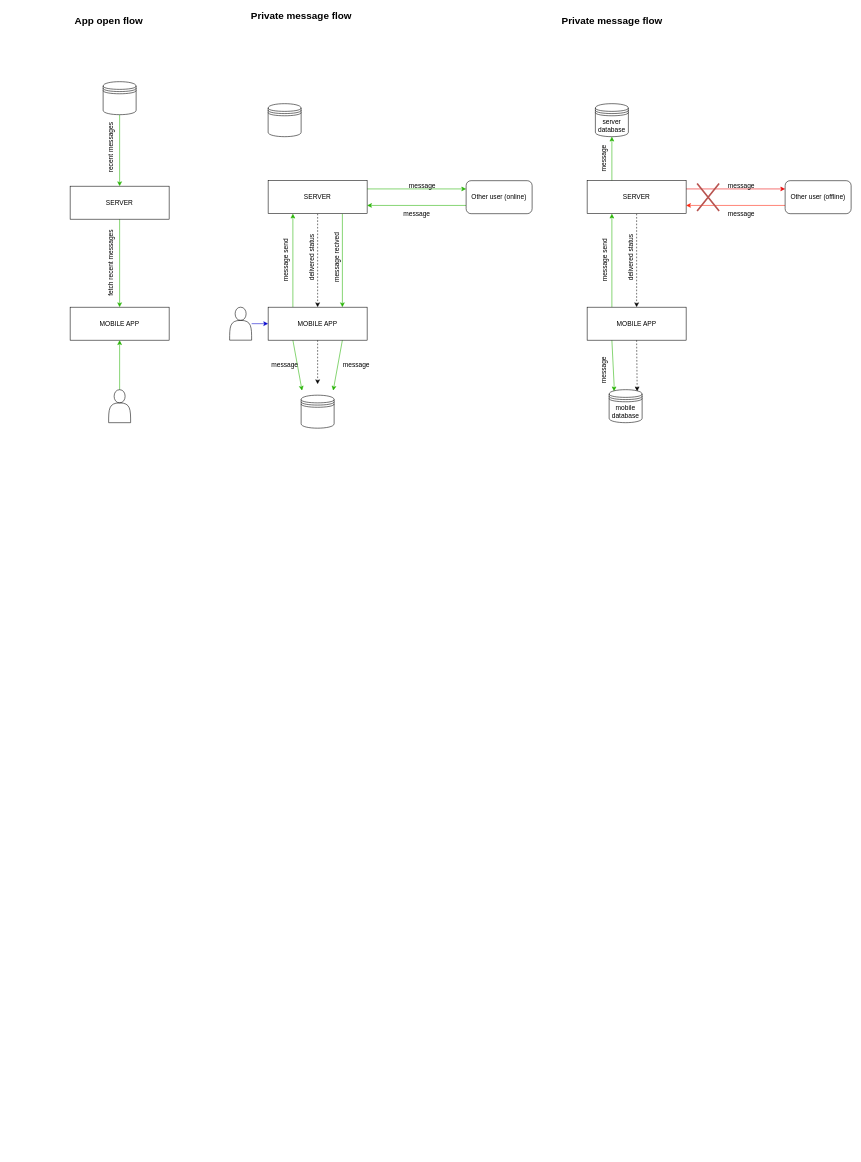
Earlier version of the draw.io diagram Untitled Diagram.drawio (macmarico/test). Source tidied: cells renumbered, new cells numbered last; positions are measured from the earlier drawing's top-left corner, leaving out a move shared by most shapes. Both pictures are drawn from the tidied source at 55%, with x=0, y=0 at pixel (70, 10).
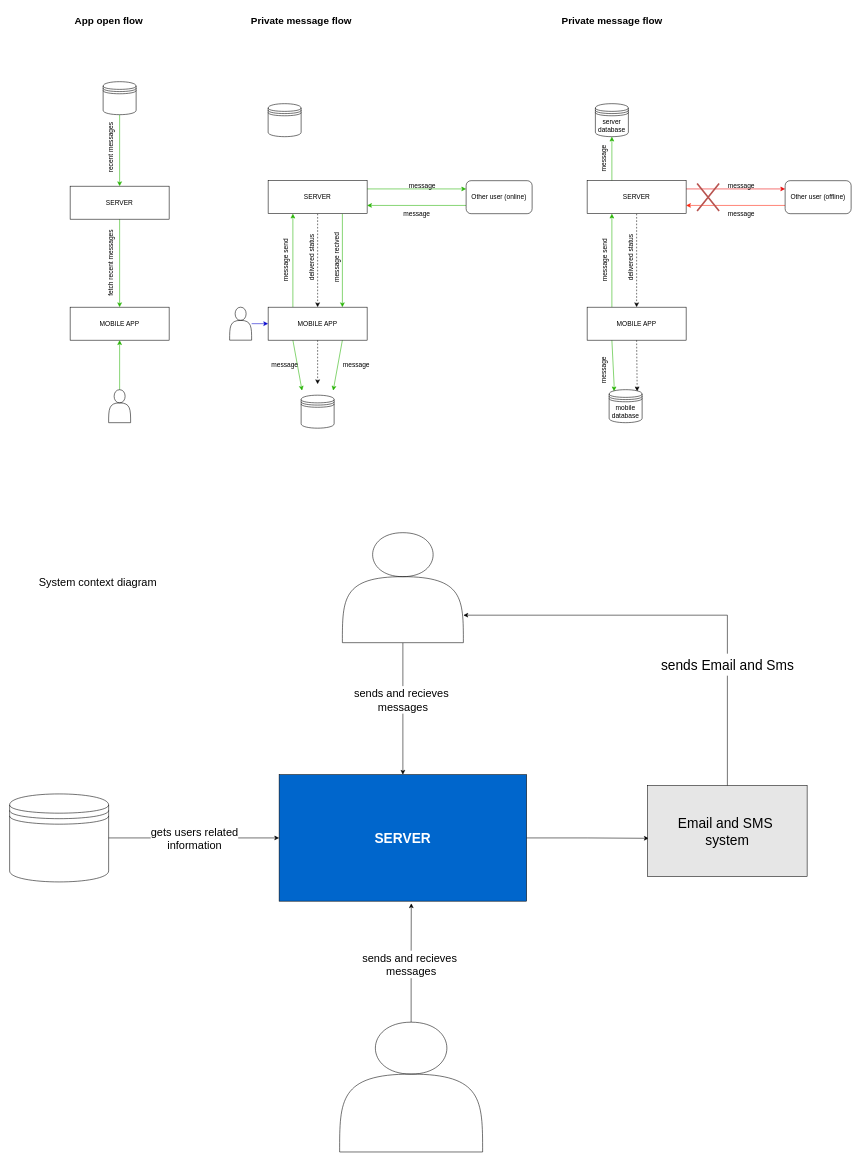
After the change.

What changed in the source:
```diff
@@
     <mxCell id="21" value="&lt;b&gt;&lt;font style=&quot;font-size: 18px&quot;&gt;Private message flow&lt;/font&gt;&lt;/b&gt;" style="text;html=1;align=center;verticalAlign=middle;strokeColor=none;fillColor=none;" parent="1" vertex="1">
-      <mxGeometry x="320" width="200" height="20" as="geometry" />
+      <mxGeometry x="320" y="10" width="200" height="20" as="geometry" />
     </mxCell>
@@
+    <mxCell id="61" value="&lt;font style=&quot;font-size: 20px&quot;&gt;System context diagram&lt;/font&gt;" style="text;html=1;align=center;verticalAlign=middle;strokeColor=none;fillColor=none;" parent="1" vertex="1">
+      <mxGeometry x="-65" y="1030" width="230" height="20" as="geometry" />
+    </mxCell>
+    <mxCell id="62" style="edgeStyle=orthogonalEdgeStyle;rounded=0;jettySize=auto;html=1;exitX=1;exitY=0.5;exitDx=0;exitDy=0;entryX=0.007;entryY=0.58;entryDx=0;entryDy=0;entryPerimeter=0;fontSize=25;fontColor=#000000;" parent="1" edge="1" source="63" target="74">
+      <mxGeometry relative="1" as="geometry" />
+    </mxCell>
+    <mxCell id="63" value="&lt;font color=&quot;#ffffff&quot; size=&quot;1&quot;&gt;&lt;b style=&quot;font-size: 25px&quot;&gt;SERVER&lt;/b&gt;&lt;/font&gt;" style="rounded=0;whiteSpace=wrap;html=1;fontSize=20;fillColor=#0066CC;" parent="1" vertex="1">
+      <mxGeometry x="380" y="1390" width="450" height="230" as="geometry" />
+    </mxCell>
+    <mxCell id="64" style="shape=datastore;whiteSpace=wrap;html=1;fontSize=20;" parent="1" vertex="1">
+      <mxGeometry x="-110" y="1425" width="180" height="160" as="geometry" />
+    </mxCell>
+    <mxCell id="65" style="endArrow=classic;html=1;rounded=0;fontSize=20;entryX=0;entryY=0.5;entryDx=0;entryDy=0;exitX=1;exitY=0.5;exitDx=0;exitDy=0;" parent="1" edge="1" source="64" target="63">
+      <mxGeometry relative="1" as="geometry" />
+    </mxCell>
+    <mxCell id="66" value="gets users related &lt;br&gt;information" style="edgeLabel;html=1;align=center;verticalAlign=middle;fontSize=20;" parent="65" vertex="1">
+      <mxGeometry relative="1" as="geometry" />
+    </mxCell>
+    <mxCell id="67" style="edgeStyle=orthogonalEdgeStyle;rounded=0;jettySize=auto;html=1;exitX=0.5;exitY=1;exitDx=0;exitDy=0;entryX=0.5;entryY=0;entryDx=0;entryDy=0;fontSize=20;" parent="1" edge="1" source="68" target="63">
+      <mxGeometry relative="1" as="geometry" />
+    </mxCell>
+    <mxCell id="68" style="shape=actor;whiteSpace=wrap;html=1;fontSize=20;" parent="1" vertex="1">
+      <mxGeometry x="495" y="950" width="220" height="200" as="geometry" />
+    </mxCell>
+    <mxCell id="69" style="edgeStyle=orthogonalEdgeStyle;rounded=0;jettySize=auto;html=1;exitX=0.5;exitY=0;exitDx=0;exitDy=0;entryX=0.534;entryY=1.017;entryDx=0;entryDy=0;entryPerimeter=0;fontSize=20;" parent="1" edge="1" source="70" target="63">
+      <mxGeometry relative="1" as="geometry" />
+    </mxCell>
+    <mxCell id="70" style="shape=actor;whiteSpace=wrap;html=1;fontSize=20;" parent="1" vertex="1">
+      <mxGeometry x="490" y="1840" width="260" height="236" as="geometry" />
+    </mxCell>
+    <mxCell id="71" value="sends and recieves&amp;nbsp;&lt;br&gt;messages" style="text;html=1;align=center;verticalAlign=middle;fontSize=20;rotation=0;fillColor=default;" parent="1" vertex="1">
+      <mxGeometry x="510" y="1229" width="190" height="50" as="geometry" />
+    </mxCell>
+    <mxCell id="72" value="sends and recieves&amp;nbsp;&lt;br&gt;messages" style="text;html=1;align=center;verticalAlign=middle;fontSize=20;rotation=0;fillColor=default;" parent="1" vertex="1">
+      <mxGeometry x="525" y="1710" width="190" height="50" as="geometry" />
+    </mxCell>
+    <mxCell id="73" style="edgeStyle=orthogonalEdgeStyle;rounded=0;jettySize=auto;html=1;exitX=0.5;exitY=0;exitDx=0;exitDy=0;entryX=1;entryY=0.75;entryDx=0;entryDy=0;fontSize=25;fontColor=#000000;" parent="1" edge="1" source="74" target="68">
+      <mxGeometry relative="1" as="geometry" />
+    </mxCell>
+    <mxCell id="74" value="&lt;font color=&quot;#000000&quot;&gt;Email and SMS&amp;nbsp;&lt;br&gt;system&lt;/font&gt;" style="rounded=0;whiteSpace=wrap;html=1;fontSize=25;fontColor=#FFFFFF;fillColor=#E6E6E6;" parent="1" vertex="1">
+      <mxGeometry x="1050" y="1410" width="290" height="165" as="geometry" />
+    </mxCell>
+    <mxCell id="75" value="sends Email and Sms" style="text;html=1;align=center;verticalAlign=middle;strokeColor=none;fillColor=default;fontSize=25;fontColor=#000000;" parent="1" vertex="1">
+      <mxGeometry x="1065" y="1170" width="260" height="40" as="geometry" />
+    </mxCell>
```
